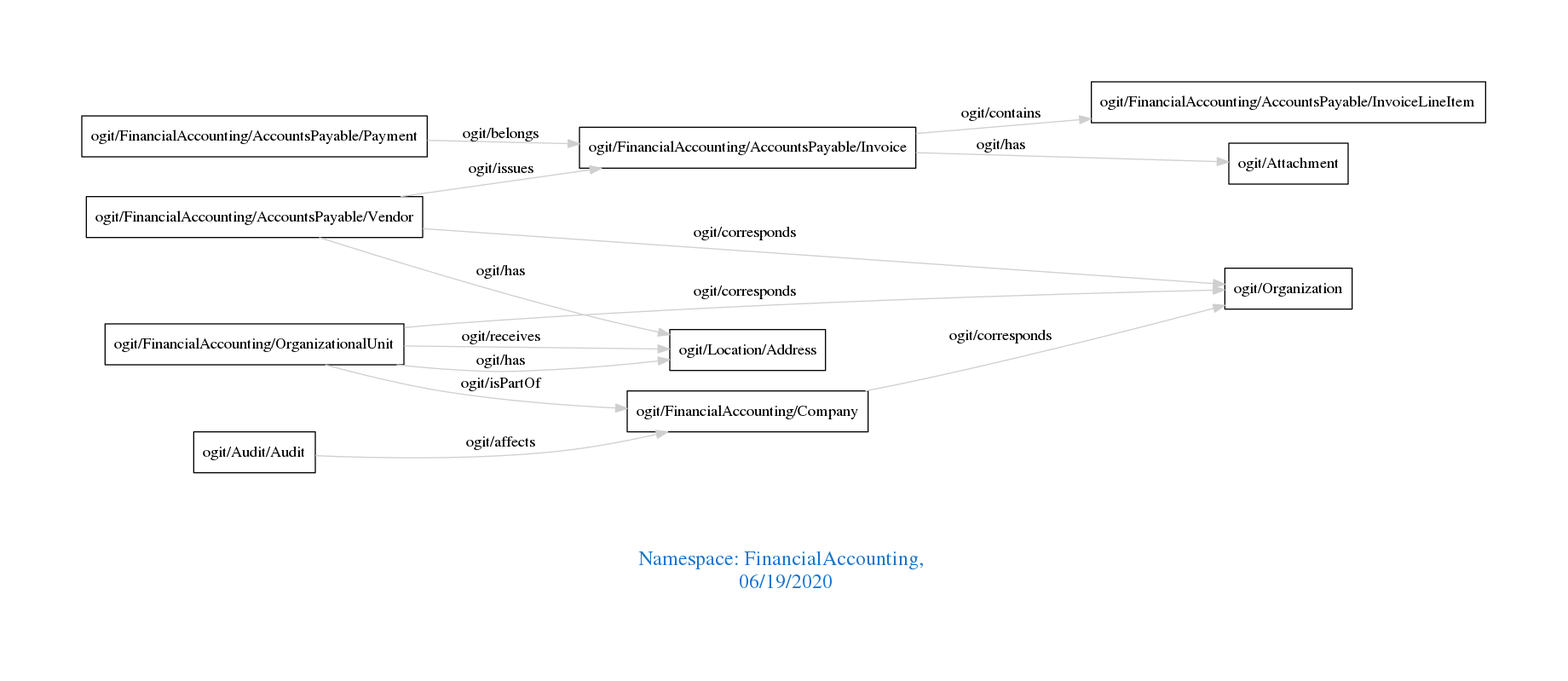
Earlier version of the Graphviz export downloads/FinancialAccounting.png (arago/OGIT). Its source is kept beside it as downloads/FinancialAccounting.dot.
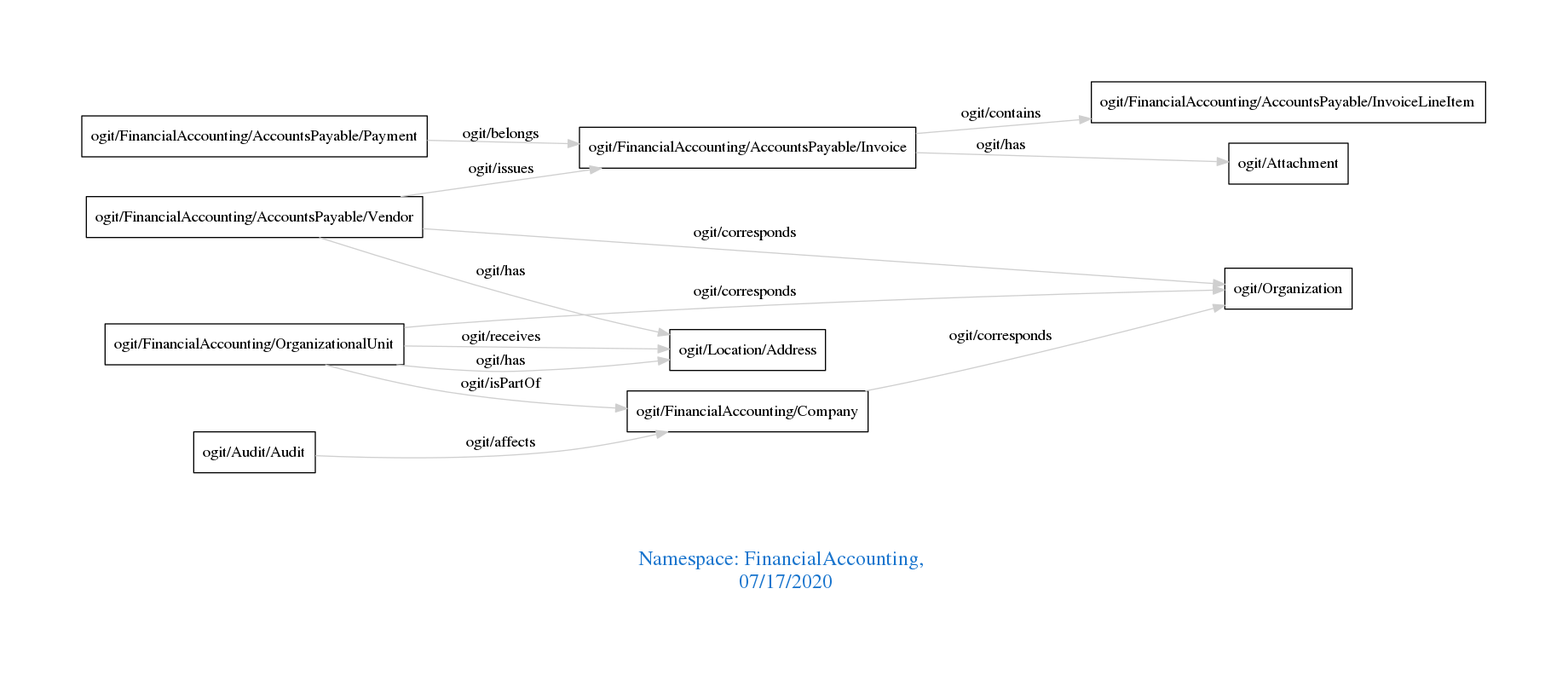
The same file after the commit.

Change to the diagram source:
```diff
@@ -1,7 +1,7 @@
 digraph OGIT_ontology {
  graph [ rankdir= LR,pad=1
 fontsize = 18,
-fontcolor= dodgerblue3,label = "\n\n\nNamespace: FinancialAccounting, \n 06/19/2020"];
+fontcolor= dodgerblue3,label = "\n\n\nNamespace: FinancialAccounting, \n 07/17/2020"];
 node[shape=polygon];
 edge [  color="gray81"];
 
```
